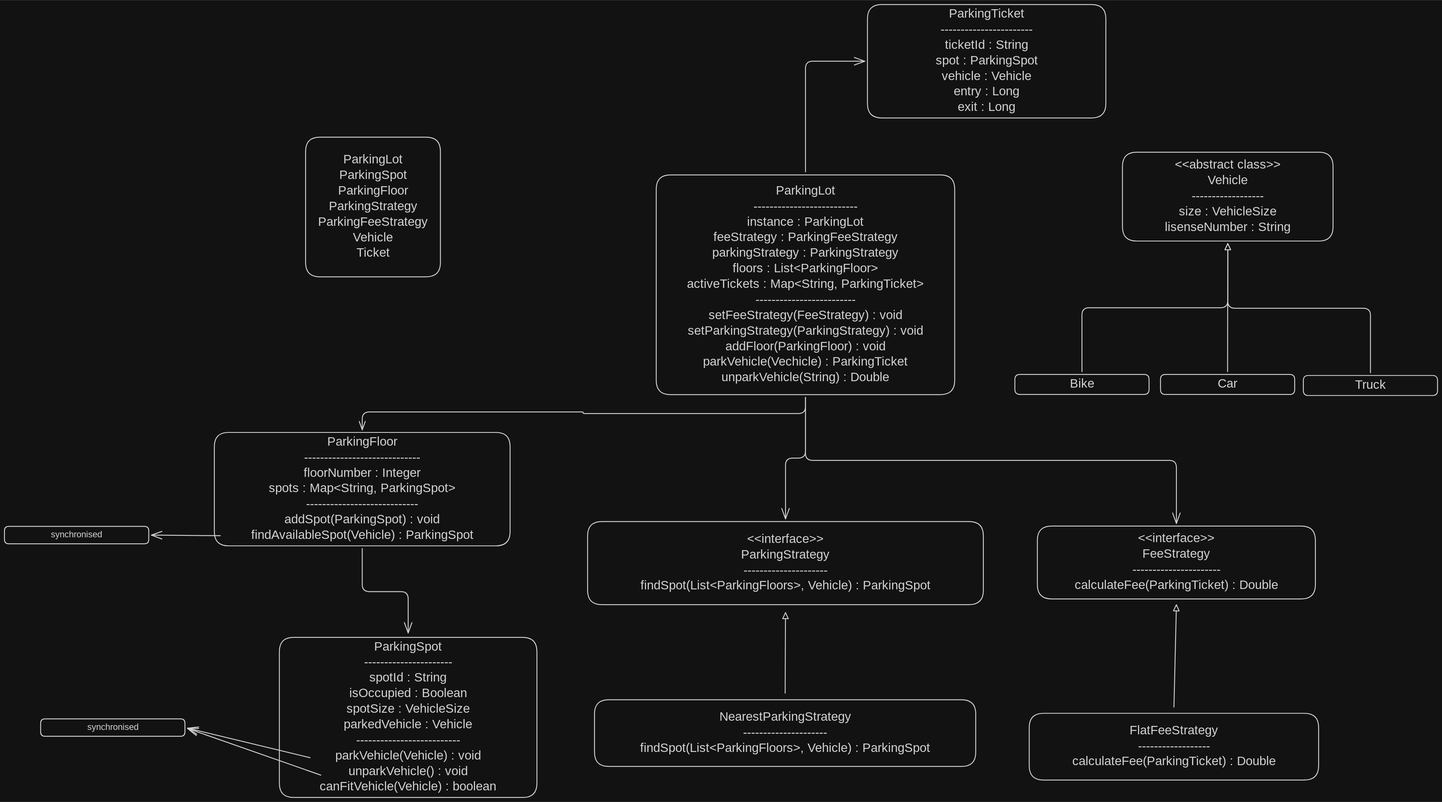
The Excalidraw diagram Interview-Problems/src/ParkingLot/images/parking-lot.excalidraw.svg in ayush-gupta-04/Low-Level-design, before a commit. Source tidied: one line per element, renumbered; positions are measured from the earlier drawing's top-left corner, leaving out a move shared by most shapes.
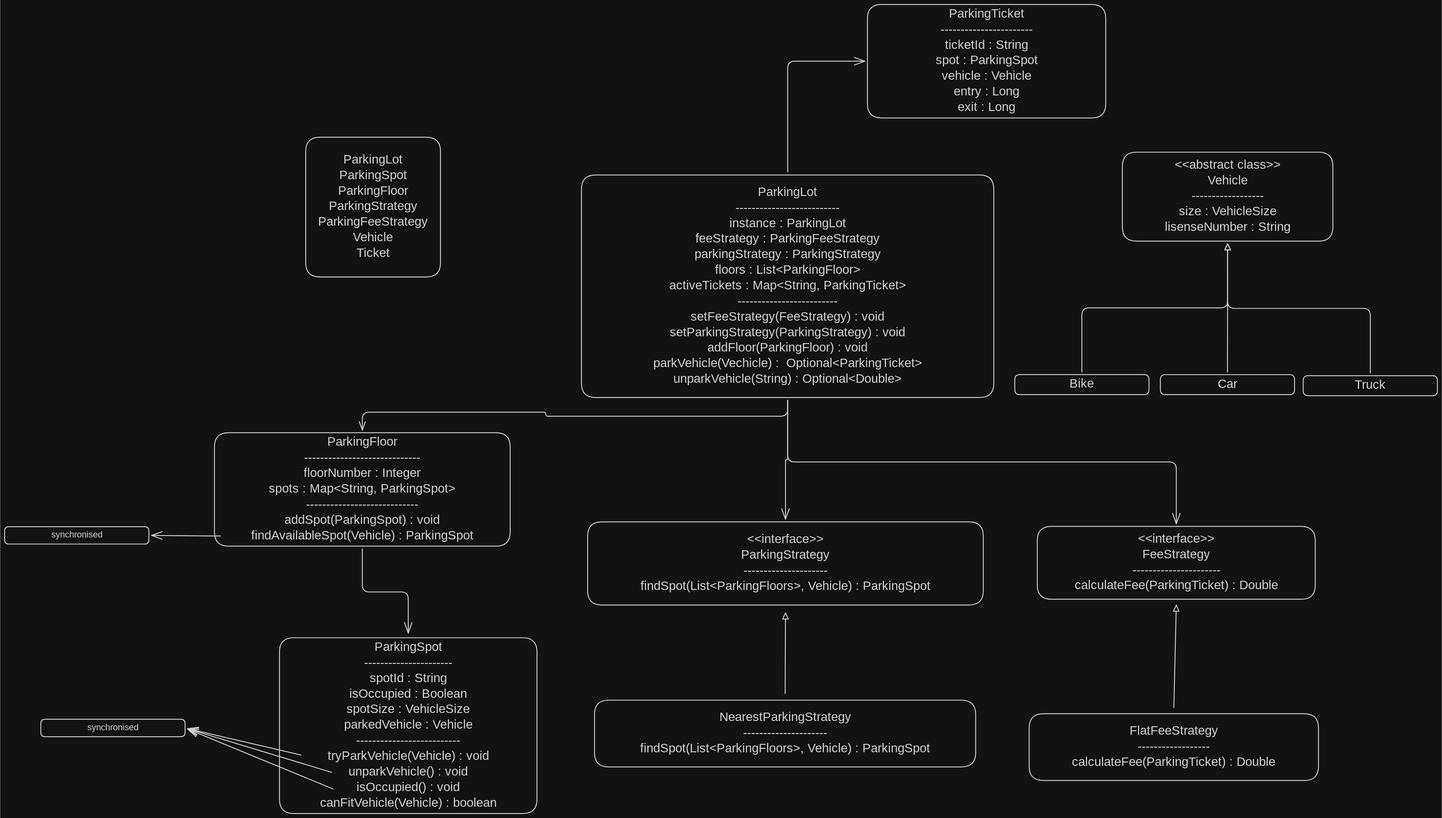
Above is the later version.

Commit message:
added uml in parking lot

Diff of the diagram source:
```diff
@@ -1,7 +1,7 @@
 {"id": 0, "type": "rectangle", "strokeColor": "#1e1e1e", "strokeWidth": 2, "roughness": 0, "round": true, "x": 677, "y": 298, "width": 303, "height": 314}
 {"id": 1, "type": "text", "text": "ParkingLot\nParkingSpot\nParkingFloor\nParkingStrategy\nParkingFeeStrategy\nVehicle\nTicket", "strokeColor": "#1e1e1e", "strokeWidth": 2, "roughness": 0, "fontSize": 28, "fontFamily": 8, "textAlign": "center", "verticalAlign": "middle", "inside": 0, "x": 690, "y": 333, "width": 277, "height": 245}
-{"id": 2, "type": "rectangle", "strokeColor": "#1e1e1e", "strokeWidth": 2, "roughness": 0, "round": true, "x": 1465, "y": 383, "width": 671, "height": 494}
+{"id": 2, "type": "rectangle", "strokeColor": "#1e1e1e", "strokeWidth": 2, "roughness": 0, "round": true, "x": 1297, "y": 383, "width": 927, "height": 500}
-{"id": 3, "type": "text", "text": "ParkingLot\n--------------------------\ninstance : ParkingLot\nfeeStrategy : ParkingFeeStrategy\nparkingStrategy : ParkingStrategy\nfloors : List<ParkingFloor>\nactiveTickets : Map<String, ParkingTicket>\n-------------------------\nsetFeeStrategy(FeeStrategy) : void\nsetParkingStrategy(ParkingStrategy) : void\naddFloor(ParkingFloor) : void\nparkVehicle(Vechicle) : ParkingTicket\nunparkVehicle(String) : Double", "strokeColor": "#1e1e1e", "strokeWidth": 2, "roughness": 0, "fontSize": 28, "fontFamily": 8, "textAlign": "center", "verticalAlign": "middle", "inside": 2, "x": 1477, "y": 403, "width": 647, "height": 455}
+{"id": 3, "type": "text", "text": "ParkingLot\n--------------------------\ninstance : ParkingLot\nfeeStrategy : ParkingFeeStrategy\nparkingStrategy : ParkingStrategy\nfloors : List<ParkingFloor>\nactiveTickets : Map<String, ParkingTicket>\n-------------------------\nsetFeeStrategy(FeeStrategy) : void\nsetParkingStrategy(ParkingStrategy) : void\naddFloor(ParkingFloor) : void\nparkVehicle(Vechicle) :  Optional<ParkingTicket>\nunparkVehicle(String) : Optional<Double>", "strokeColor": "#1e1e1e", "strokeWidth": 2, "roughness": 0, "fontSize": 28, "fontFamily": 8, "textAlign": "center", "verticalAlign": "middle", "inside": 2, "x": 1391, "y": 406, "width": 739, "height": 455}
 {"id": 4, "type": "rectangle", "strokeColor": "#1e1e1e", "strokeWidth": 2, "roughness": 0, "round": true, "x": 1311, "y": 1163, "width": 889, "height": 187}
 {"id": 5, "type": "text", "text": "<<interface>>\nParkingStrategy\n---------------------\nfindSpot(List<ParkingFloors>, Vehicle) : ParkingSpot", "strokeColor": "#1e1e1e", "strokeWidth": 2, "roughness": 0, "fontSize": 28, "fontFamily": 8, "textAlign": "center", "verticalAlign": "middle", "inside": 4, "x": 1355, "y": 1186, "width": 801, "height": 140}
 {"id": 6, "type": "rectangle", "strokeColor": "#1e1e1e", "strokeWidth": 2, "roughness": 0, "round": true, "x": 1326, "y": 1563, "width": 857, "height": 150}
@@ -18,19 +18,19 @@
 {"id": 17, "type": "text", "text": "Car", "strokeColor": "#1e1e1e", "strokeWidth": 2, "roughness": 0, "fontSize": 28, "fontFamily": 8, "textAlign": "center", "verticalAlign": "middle", "inside": 16, "x": 2726, "y": 837, "width": 46, "height": 35}
 {"id": 18, "type": "rectangle", "strokeColor": "#1e1e1e", "strokeWidth": 2, "roughness": 0, "round": true, "x": 2919, "y": 834, "width": 302, "height": 45}
 {"id": 19, "type": "text", "text": "Truck", "strokeColor": "#1e1e1e", "strokeWidth": 2, "roughness": 0, "fontSize": 28, "fontFamily": 8, "textAlign": "center", "verticalAlign": "middle", "inside": 18, "x": 3032, "y": 839, "width": 77, "height": 35}
-{"id": 20, "type": "rectangle", "strokeColor": "#1e1e1e", "strokeWidth": 2, "roughness": 0, "round": true, "x": 618, "y": 1423, "width": 579, "height": 360}
+{"id": 20, "type": "rectangle", "strokeColor": "#1e1e1e", "strokeWidth": 2, "roughness": 0, "round": true, "x": 618, "y": 1423, "width": 579, "height": 395}
-{"id": 21, "type": "text", "text": "ParkingSpot\n----------------------\nspotId : String\nisOccupied : Boolean\nspotSize : VehicleSize\nparkedVehicle : Vehicle\n--------------------------\nparkVehicle(Vehicle) : void\nunparkVehicle() : void\ncanFitVehicle(Vehicle) : boolean", "strokeColor": "#1e1e1e", "strokeWidth": 2, "roughness": 0, "fontSize": 28, "fontFamily": 8, "textAlign": "center", "verticalAlign": "middle", "inside": 20, "x": 661, "y": 1428, "width": 493, "height": 350}
+{"id": 21, "type": "text", "text": "ParkingSpot\n----------------------\nspotId : String\nisOccupied : Boolean\nspotSize : VehicleSize\nparkedVehicle : Vehicle\n--------------------------\ntryParkVehicle(Vehicle) : void\nunparkVehicle() : void\nisOccupied() : void\ncanFitVehicle(Vehicle) : boolean", "strokeColor": "#1e1e1e", "strokeWidth": 2, "roughness": 0, "fontSize": 28, "fontFamily": 8, "textAlign": "center", "verticalAlign": "middle", "inside": 20, "x": 661, "y": 1428, "width": 493, "height": 385}
 {"id": 22, "type": "rectangle", "strokeColor": "#1e1e1e", "strokeWidth": 2, "roughness": 0, "round": true, "x": 472, "y": 962, "width": 665, "height": 255}
 {"id": 23, "type": "text", "text": "ParkingFloor\n-----------------------------\nfloorNumber : Integer\nspots : Map<String, ParkingSpot>\n----------------------------\naddSpot(ParkingSpot) : void\nfindAvailableSpot(Vehicle) : ParkingSpot", "strokeColor": "#1e1e1e", "strokeWidth": 2, "roughness": 0, "fontSize": 28, "fontFamily": 8, "textAlign": "center", "verticalAlign": "middle", "inside": 22, "x": 496, "y": 967, "width": 616, "height": 245}
 {"id": 24, "type": "arrow", "strokeColor": "#1e1e1e", "strokeWidth": 2, "roughness": 0, "endArrowhead": "triangle_outline", "from": 10, "to": 8, "x": 2629, "y": 1580, "width": 6, "height": 230, "points": [[0, 0], [6, -230]]}
 {"id": 25, "type": "arrow", "strokeColor": "#1e1e1e", "strokeWidth": 2, "roughness": 0, "endArrowhead": "triangle_outline", "from": 6, "to": 4, "x": 1755, "y": 1548, "width": 1, "height": 181, "points": [[0, 0], [1, -181]]}
 {"id": 26, "type": "rectangle", "strokeColor": "#1e1e1e", "strokeWidth": 2, "roughness": 0, "round": true, "x": 1940, "y": 0, "width": 536, "height": 255}
 {"id": 27, "type": "text", "text": "ParkingTicket\n-----------------------\nticketId : String\nspot : ParkingSpot\nvehicle : Vehicle\nentry : Long\nexit : Long", "strokeColor": "#1e1e1e", "strokeWidth": 2, "roughness": 0, "fontSize": 28, "fontFamily": 8, "textAlign": "center", "verticalAlign": "middle", "inside": 26, "x": 2031, "y": 5, "width": 354, "height": 245}
-{"id": 28, "type": "arrow", "strokeColor": "#1e1e1e", "strokeWidth": 2, "roughness": 0, "endArrowhead": "arrow", "from": 2, "to": 26, "x": 1800, "y": 376, "width": 133, "height": 249, "points": [[0, 0], [0, -249], [133, -249]]}
+{"id": 28, "type": "arrow", "strokeColor": "#1e1e1e", "strokeWidth": 2, "roughness": 0, "endArrowhead": "arrow", "from": 2, "to": 26, "x": 1760, "y": 376, "width": 173, "height": 249, "points": [[0, 0], [0, -249], [173, -249]]}
-{"id": 29, "type": "arrow", "strokeColor": "#1e1e1e", "strokeWidth": 2, "roughness": 0, "endArrowhead": "arrow", "from": 2, "to": 22, "x": 1800, "y": 884, "width": 996, "height": 72, "points": [[0, 0], [0, 36], [-500, 36], [-500, 32], [-996, 32], [-996, 72]]}
+{"id": 29, "type": "arrow", "strokeColor": "#1e1e1e", "strokeWidth": 2, "roughness": 0, "endArrowhead": "arrow", "from": 2, "to": 22, "x": 1760, "y": 890, "width": 956, "height": 66, "points": [[0, 0], [0, 35], [-544, 35], [-544, 26], [-956, 26], [-956, 66]]}
-{"id": 30, "type": "arrow", "strokeColor": "#1e1e1e", "strokeWidth": 2, "roughness": 0, "endArrowhead": "arrow", "from": 22, "to": 20, "x": 804, "y": 1223, "width": 103, "height": 190, "points": [[0, 0], [0, 97], [103, 97], [103, 190]]}
+{"id": 30, "type": "arrow", "strokeColor": "#1e1e1e", "strokeWidth": 2, "roughness": 0, "endArrowhead": "arrow", "from": 22, "to": 20, "x": 804, "y": 1223, "width": 103, "height": 189, "points": [[0, 0], [0, 97], [103, 97], [103, 189]]}
-{"id": 31, "type": "arrow", "strokeColor": "#1e1e1e", "strokeWidth": 2, "roughness": 0, "endArrowhead": "arrow", "from": 2, "to": 4, "x": 1800, "y": 883, "width": 45, "height": 273, "points": [[0, 0], [0, 137], [-45, 137], [-45, 273]]}
+{"id": 31, "type": "arrow", "strokeColor": "#1e1e1e", "strokeWidth": 2, "roughness": 0, "endArrowhead": "arrow", "from": 2, "to": 4, "x": 1760, "y": 889, "width": 5, "height": 267, "points": [[0, 0], [0, 134], [-5, 134], [-5, 267]]}
-{"id": 32, "type": "arrow", "strokeColor": "#1e1e1e", "strokeWidth": 2, "roughness": 0, "endArrowhead": "arrow", "from": 2, "to": 8, "x": 1800, "y": 883, "width": 834, "height": 284, "points": [[0, 0], [0, 142], [834, 142], [834, 284]]}
+{"id": 32, "type": "arrow", "strokeColor": "#1e1e1e", "strokeWidth": 2, "roughness": 0, "endArrowhead": "arrow", "from": 2, "to": 8, "x": 1760, "y": 889, "width": 874, "height": 277, "points": [[0, 0], [0, 139], [874, 139], [874, 277]]}
 {"id": 33, "type": "arrow", "strokeColor": "#1e1e1e", "strokeWidth": 2, "roughness": 0, "endArrowhead": "triangle_outline", "from": 14, "to": 12, "x": 2422, "y": 826, "width": 328, "height": 288, "points": [[0, 0], [0, -144], [328, -144], [328, -288]]}
 {"id": 34, "type": "arrow", "strokeColor": "#1e1e1e", "strokeWidth": 2, "roughness": 0, "endArrowhead": "triangle_outline", "from": 16, "to": 12, "x": 2749, "y": 826, "width": 0, "height": 288, "points": [[0, 0], [0, -288]]}
 {"id": 35, "type": "arrow", "strokeColor": "#1e1e1e", "strokeWidth": 2, "roughness": 0, "endArrowhead": "triangle_outline", "from": 18, "to": 12, "x": 3070, "y": 828, "width": 321, "height": 290, "points": [[0, 0], [0, -145], [-321, -145], [-321, -290]]}
@@ -38,6 +38,7 @@
 {"id": 37, "type": "text", "text": "synchronised", "strokeColor": "#1e1e1e", "strokeWidth": 2, "roughness": 0, "fontSize": 20, "fontFamily": 8, "textAlign": "center", "verticalAlign": "middle", "inside": 36, "x": 178, "y": 1613, "width": 132, "height": 25}
 {"id": 38, "type": "rectangle", "strokeColor": "#1e1e1e", "strokeWidth": 2, "roughness": 0, "round": true, "x": 0, "y": 1173, "width": 324, "height": 39}
 {"id": 39, "type": "text", "text": "synchronised", "strokeColor": "#1e1e1e", "strokeWidth": 2, "roughness": 0, "fontSize": 20, "fontFamily": 8, "textAlign": "center", "verticalAlign": "middle", "inside": 38, "x": 96, "y": 1180, "width": 132, "height": 25}
-{"id": 40, "type": "arrow", "strokeColor": "#1e1e1e", "strokeWidth": 2, "roughness": 0, "endArrowhead": "arrow", "to": 36, "x": 711, "y": 1733, "width": 299, "height": 105, "points": [[0, 0], [-299, -105]]}
+{"id": 40, "type": "arrow", "strokeColor": "#1e1e1e", "strokeWidth": 2, "roughness": 0, "endArrowhead": "arrow", "x": 738, "y": 1763, "width": 327, "height": 134, "points": [[0, 0], [-327, -134]]}
+{"id": 43, "type": "arrow", "strokeColor": "#1e1e1e", "strokeWidth": 2, "roughness": 0, "endArrowhead": "arrow", "to": 36, "x": 735, "y": 1725, "width": 323, "height": 98, "points": [[0, 0], [-323, -98]]}
-{"id": 41, "type": "arrow", "strokeColor": "#1e1e1e", "strokeWidth": 2, "roughness": 0, "endArrowhead": "arrow", "x": 687, "y": 1693, "width": 275, "height": 66, "points": [[0, 0], [-275, -66]]}
+{"id": 41, "type": "arrow", "strokeColor": "#1e1e1e", "strokeWidth": 2, "roughness": 0, "endArrowhead": "arrow", "from": 20, "x": 666, "y": 1687, "width": 255, "height": 59, "points": [[0, 0], [-255, -59]]}
 {"id": 42, "type": "arrow", "strokeColor": "#1e1e1e", "strokeWidth": 2, "roughness": 0, "endArrowhead": "arrow", "to": 38, "x": 485, "y": 1194, "width": 155, "height": 1, "points": [[0, 0], [-155, -1]]}
```
